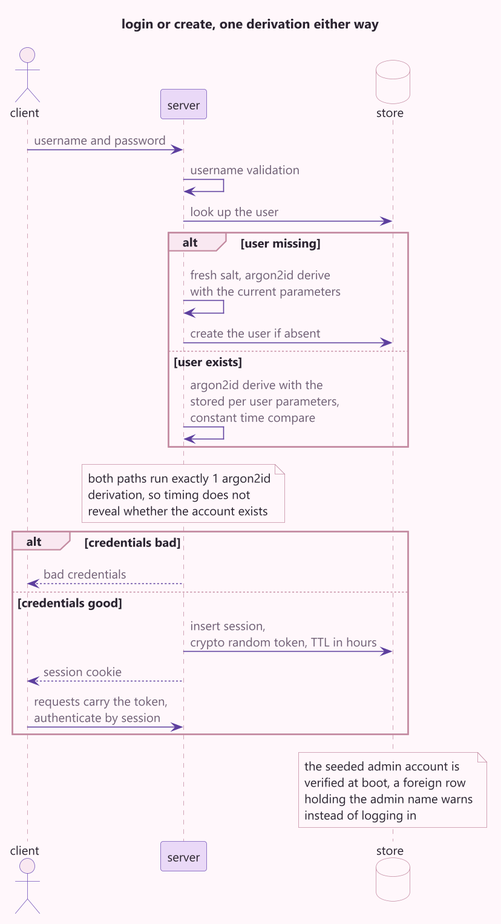
Before: docs/diagrams/auth-session.png, a diagram exported from PlantUML (lavantien/caro-ai-pvp). The source it was exported from:
```plantuml
@startuml auth-session
!include common.iuml
title login or create, one derivation either way

actor "client" as client
participant "server" as server
database "store" as store

client -> server : username and password
server -> server : username validation
server -> store : look up the user
alt user missing
  server -> server : fresh salt, argon2id derive\nwith the current parameters
  server -> store : create the user if absent
else user exists
  server -> server : argon2id derive with the\nstored per user parameters,\nconstant time compare
end
note over server
  both paths run exactly 1 argon2id
  derivation, so timing does not
  reveal whether the account exists
end note
alt credentials bad
  server --> client : bad credentials
else credentials good
  server -> store : insert session,\ncrypto random token, TTL in hours
  server --> client : session cookie
  client -> server : requests carry the token,\nauthenticate by session
end
note over store
  the seeded admin account is
  verified at boot, a foreign row
  holding the admin name warns
  instead of logging in
end note
@enduml
```
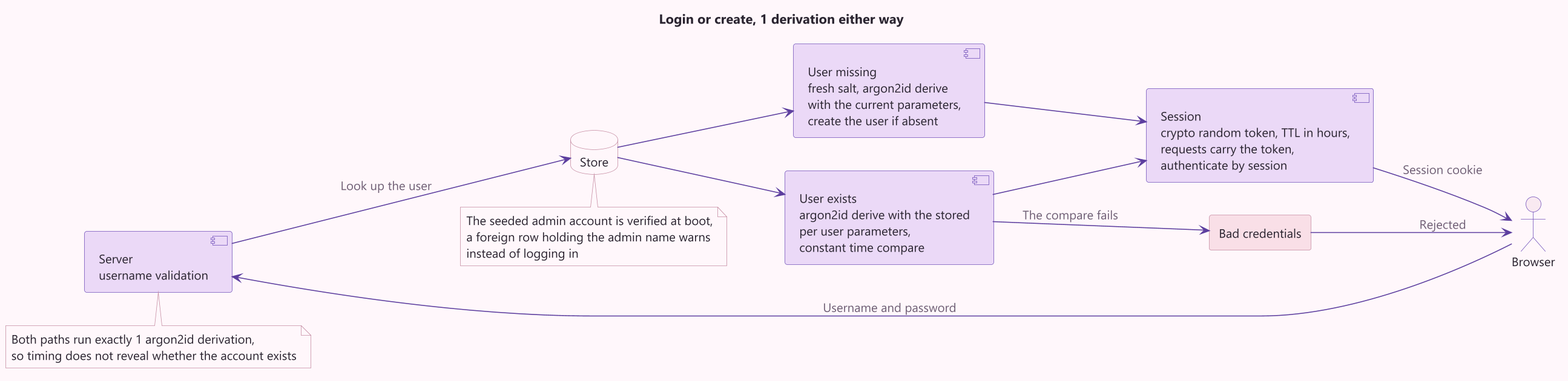
Above is the later version.

The edit, as a diff of the source:
```diff
@@ -1,36 +1,32 @@
 @startuml auth-session
 !include common.iuml
-title login or create, one derivation either way
+left to right direction
+title Login or create, 1 derivation either way
 
-actor "client" as client
-participant "server" as server
-database "store" as store
+actor Browser
+component "Server\nusername validation" as server
+database "Store" as store
+component "User missing\nfresh salt, argon2id derive\nwith the current parameters,\ncreate the user if absent" as missing
+component "User exists\nargon2id derive with the stored\nper user parameters,\nconstant time compare" as exists
+component "Session\ncrypto random token, TTL in hours,\nrequests carry the token,\nauthenticate by session" as session
+rectangle "Bad credentials" as bad #F8DFE6
 
-client -> server : username and password
-server -> server : username validation
-server -> store : look up the user
-alt user missing
-  server -> server : fresh salt, argon2id derive\nwith the current parameters
-  server -> store : create the user if absent
-else user exists
-  server -> server : argon2id derive with the\nstored per user parameters,\nconstant time compare
-end
-note over server
-  both paths run exactly 1 argon2id
-  derivation, so timing does not
-  reveal whether the account exists
+Browser --> server : Username and password
+server --> store : Look up the user
+store --> missing
+store --> exists
+missing --> session
+exists --> session
+exists --> bad : The compare fails
+session --> Browser : Session cookie
+bad --> Browser : Rejected
+note bottom of server
+  Both paths run exactly 1 argon2id derivation,
+  so timing does not reveal whether the account exists
 end note
-alt credentials bad
-  server --> client : bad credentials
-else credentials good
-  server -> store : insert session,\ncrypto random token, TTL in hours
-  server --> client : session cookie
-  client -> server : requests carry the token,\nauthenticate by session
-end
-note over store
-  the seeded admin account is
-  verified at boot, a foreign row
-  holding the admin name warns
+note bottom of store
+  The seeded admin account is verified at boot,
+  a foreign row holding the admin name warns
   instead of logging in
 end note
 @enduml
```
